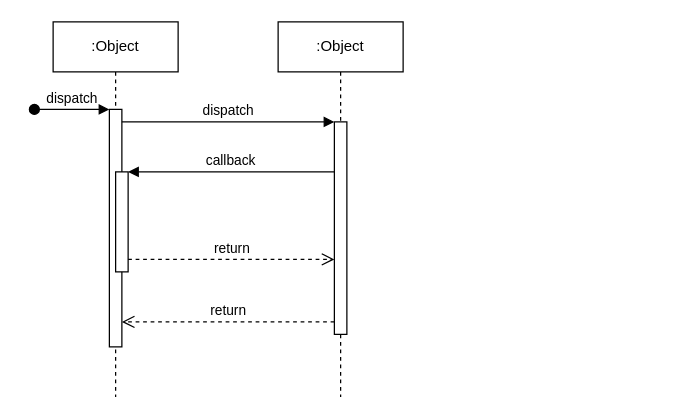
Before: parking-plus/Diagram Tanpa Judul.drawio in danang-pgds/app-diagram, a draw.io diagram. Source tidied: cells renumbered, new cells numbered last; positions are measured from the earlier drawing's top-left corner, leaving out a move shared by most shapes. Both pictures are drawn from the tidied source at 125%, with x=0, y=0 at pixel (34, 21).
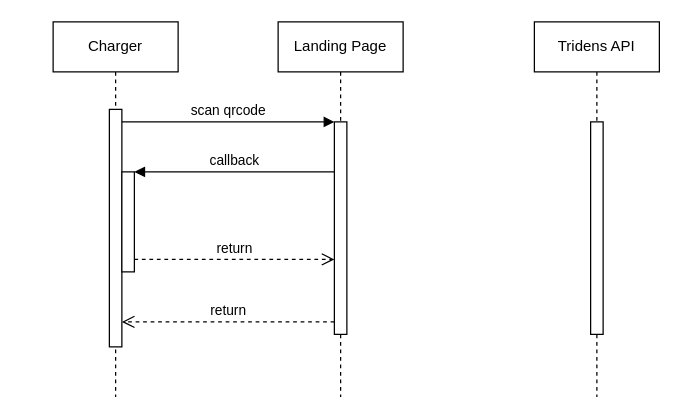
After the change.

What changed in the source:
```diff
@@
 <mxGraphModel>
   <root>
     <mxCell id="0" />
     <mxCell id="1" parent="0" />
-    <mxCell id="2" value=":Object" style="shape=umlLifeline;perimeter=lifelinePerimeter;whiteSpace=wrap;html=1;newEdgeStyle={&quot;edgeStyle&quot;:&quot;elbowEdgeStyle&quot;,&quot;elbow&quot;:&quot;vertical&quot;,&quot;curved&quot;:0,&quot;rounded&quot;:0};" parent="1" vertex="1">
+    <mxCell id="2" value="Charger" style="shape=umlLifeline;perimeter=lifelinePerimeter;whiteSpace=wrap;html=1;newEdgeStyle={&quot;edgeStyle&quot;:&quot;elbowEdgeStyle&quot;,&quot;elbow&quot;:&quot;vertical&quot;,&quot;curved&quot;:0,&quot;rounded&quot;:0};" parent="1" vertex="1">
       <mxGeometry x="15" width="100" height="300" as="geometry" />
     </mxCell>
     <mxCell id="3" style="html=1;points=[];perimeter=orthogonalPerimeter;outlineConnect=0;targetShapes=umlLifeline;portConstraint=eastwest;newEdgeStyle={&quot;edgeStyle&quot;:&quot;elbowEdgeStyle&quot;,&quot;elbow&quot;:&quot;vertical&quot;,&quot;curved&quot;:0,&quot;rounded&quot;:0};" parent="2" vertex="1">
       <mxGeometry x="45" y="70" width="10" height="190" as="geometry" />
     </mxCell>
-    <mxCell id="4" value="dispatch" style="html=1;verticalAlign=bottom;startArrow=oval;endArrow=block;startSize=8;edgeStyle=elbowEdgeStyle;elbow=vertical;curved=0;rounded=0;" parent="2" edge="1" target="3">
-      <mxGeometry relative="1" as="geometry">
-        <mxPoint x="-15" y="70" as="sourcePoint" />
-      </mxGeometry>
-    </mxCell>
     <mxCell id="5" style="html=1;points=[];perimeter=orthogonalPerimeter;outlineConnect=0;targetShapes=umlLifeline;portConstraint=eastwest;newEdgeStyle={&quot;edgeStyle&quot;:&quot;elbowEdgeStyle&quot;,&quot;elbow&quot;:&quot;vertical&quot;,&quot;curved&quot;:0,&quot;rounded&quot;:0};" parent="2" vertex="1">
-      <mxGeometry x="50" y="120" width="10" height="80" as="geometry" />
+      <mxGeometry x="55" y="120" width="10" height="80" as="geometry" />
     </mxCell>
-    <mxCell id="6" value=":Object" style="shape=umlLifeline;perimeter=lifelinePerimeter;whiteSpace=wrap;html=1;newEdgeStyle={&quot;edgeStyle&quot;:&quot;elbowEdgeStyle&quot;,&quot;elbow&quot;:&quot;vertical&quot;,&quot;curved&quot;:0,&quot;rounded&quot;:0};" parent="1" vertex="1">
+    <mxCell id="6" value="Landing Page" style="shape=umlLifeline;perimeter=lifelinePerimeter;whiteSpace=wrap;html=1;newEdgeStyle={&quot;edgeStyle&quot;:&quot;elbowEdgeStyle&quot;,&quot;elbow&quot;:&quot;vertical&quot;,&quot;curved&quot;:0,&quot;rounded&quot;:0};" parent="1" vertex="1">
       <mxGeometry x="195" width="100" height="300" as="geometry" />
     </mxCell>
     <mxCell id="7" style="html=1;points=[];perimeter=orthogonalPerimeter;outlineConnect=0;targetShapes=umlLifeline;portConstraint=eastwest;newEdgeStyle={&quot;edgeStyle&quot;:&quot;elbowEdgeStyle&quot;,&quot;elbow&quot;:&quot;vertical&quot;,&quot;curved&quot;:0,&quot;rounded&quot;:0};" parent="6" vertex="1">
       <mxGeometry x="45" y="80" width="10" height="170" as="geometry" />
     </mxCell>
-    <mxCell id="8" value="dispatch" style="html=1;verticalAlign=bottom;endArrow=block;edgeStyle=elbowEdgeStyle;elbow=vertical;curved=0;rounded=0;" parent="1" edge="1" source="3" target="7">
+    <mxCell id="8" value="scan qrcode" style="html=1;verticalAlign=bottom;endArrow=block;edgeStyle=elbowEdgeStyle;elbow=vertical;curved=0;rounded=0;" parent="1" edge="1" source="3" target="7">
       <mxGeometry relative="1" as="geometry">
         <Array as="points">
           <mxPoint x="155" y="80" />
         </Array>
       </mxGeometry>
     </mxCell>
     <mxCell id="9" value="return" style="html=1;verticalAlign=bottom;endArrow=open;dashed=1;endSize=8;edgeStyle=elbowEdgeStyle;elbow=vertical;curved=0;rounded=0;" parent="1" edge="1" source="7" target="3">
       <mxGeometry relative="1" as="geometry">
         <Array as="points">
           <mxPoint x="165" y="240" />
         </Array>
       </mxGeometry>
     </mxCell>
     <mxCell id="10" value="callback" style="html=1;verticalAlign=bottom;endArrow=block;edgeStyle=elbowEdgeStyle;elbow=vertical;curved=0;rounded=0;" parent="1" edge="1" source="7" target="5">
       <mxGeometry relative="1" as="geometry">
         <Array as="points">
           <mxPoint x="165" y="120" />
         </Array>
       </mxGeometry>
     </mxCell>
     <mxCell id="11" value="return" style="html=1;verticalAlign=bottom;endArrow=open;dashed=1;endSize=8;edgeStyle=elbowEdgeStyle;elbow=vertical;curved=0;rounded=0;" parent="1" edge="1" source="5" target="7">
       <mxGeometry relative="1" as="geometry">
         <Array as="points">
           <mxPoint x="155" y="190" />
         </Array>
       </mxGeometry>
     </mxCell>
+    <mxCell id="12" value="Tridens API" style="shape=umlLifeline;perimeter=lifelinePerimeter;whiteSpace=wrap;html=1;newEdgeStyle={&quot;edgeStyle&quot;:&quot;elbowEdgeStyle&quot;,&quot;elbow&quot;:&quot;vertical&quot;,&quot;curved&quot;:0,&quot;rounded&quot;:0};" parent="1" vertex="1">
+      <mxGeometry x="400" width="100" height="300" as="geometry" />
+    </mxCell>
+    <mxCell id="13" style="html=1;perimeter=orthogonalPerimeter;targetShapes=umlLifeline;newEdgeStyle={&quot;edgeStyle&quot;:&quot;elbowEdgeStyle&quot;,&quot;elbow&quot;:&quot;vertical&quot;,&quot;curved&quot;:0,&quot;rounded&quot;:0};" parent="12" vertex="1">
+      <mxGeometry x="45" y="80" width="10" height="170" as="geometry" />
+    </mxCell>
   </root>
 </mxGraphModel>
```
